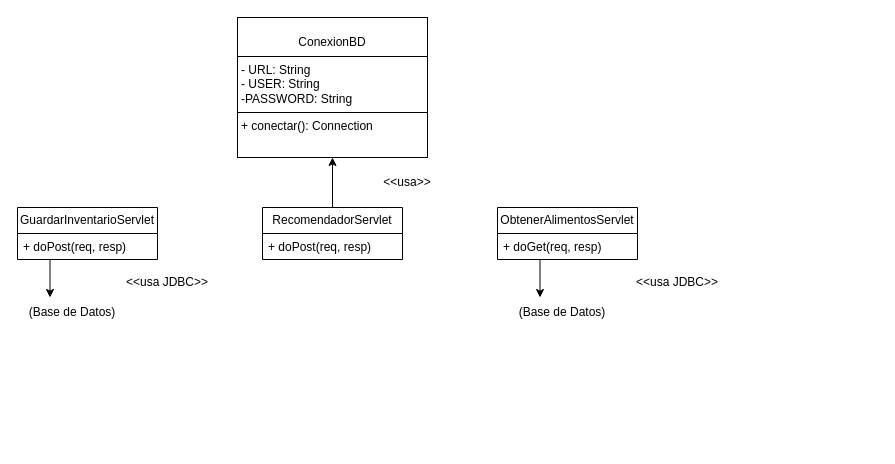
Earlier version of the draw.io diagram Diagrama Clases Proyecto Pre.drawio (davidagc18/Diagrama-de-Clases). Source tidied: cells renumbered, new cells numbered last; positions are measured from the earlier drawing's top-left corner, leaving out a move shared by most shapes. Both pictures are drawn from the tidied source at 100%, with x=0, y=0 at pixel (17, 17).
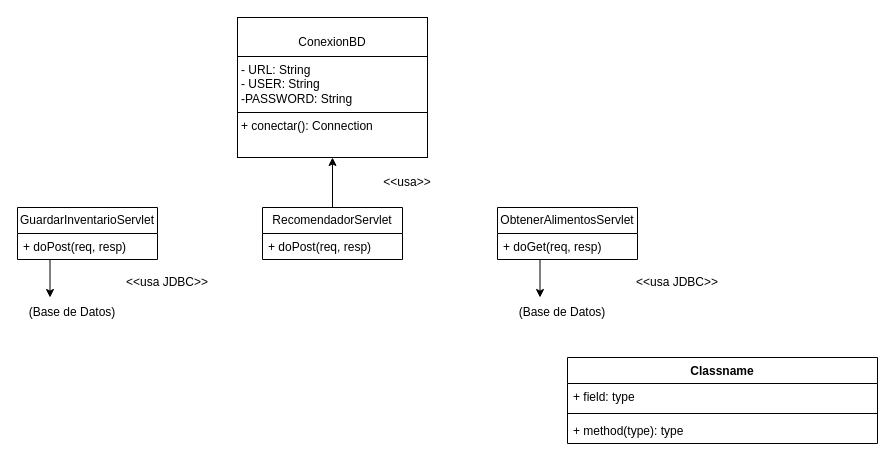
After the change.

Diff of the diagram source:
```diff
@@
+    <mxCell id="17" value="Classname" style="swimlane;fontStyle=1;align=center;verticalAlign=top;horizontal=1;startSize=26;whiteSpace=wrap;html=1;" parent="1" vertex="1">
+      <mxGeometry x="550" y="340" width="310" height="86" as="geometry" />
+    </mxCell>
+    <mxCell id="18" value="+ field: type" style="text;strokeColor=none;fillColor=none;align=left;verticalAlign=top;spacingLeft=4;spacingRight=4;overflow=hidden;whiteSpace=wrap;html=1;" parent="17" vertex="1">
+      <mxGeometry y="26" width="310" height="26" as="geometry" />
+    </mxCell>
+    <mxCell id="19" style="line;strokeWidth=1;fillColor=none;align=left;verticalAlign=middle;spacingTop=-1;spacingLeft=3;spacingRight=3;labelPosition=right;strokeColor=inherit;labelPerimeter=1;" parent="17" vertex="1">
+      <mxGeometry y="52" width="310" height="8" as="geometry" />
+    </mxCell>
+    <mxCell id="20" value="+ method(type): type" style="text;strokeColor=none;fillColor=none;align=left;verticalAlign=top;spacingLeft=4;spacingRight=4;overflow=hidden;whiteSpace=wrap;html=1;" parent="17" vertex="1">
+      <mxGeometry y="60" width="310" height="26" as="geometry" />
+    </mxCell>
```
